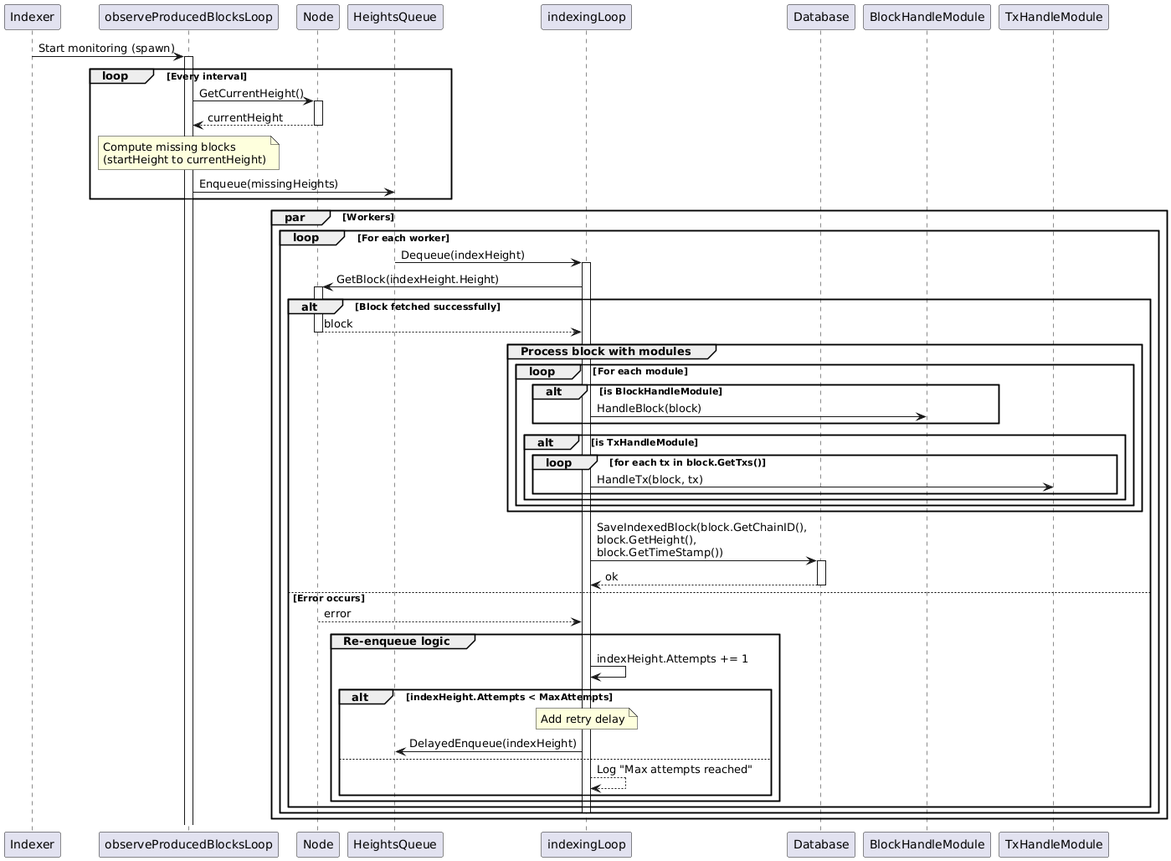
Before: docs/images/fetching_logic.png, a diagram exported from PlantUML (milkyway-labs/flux).
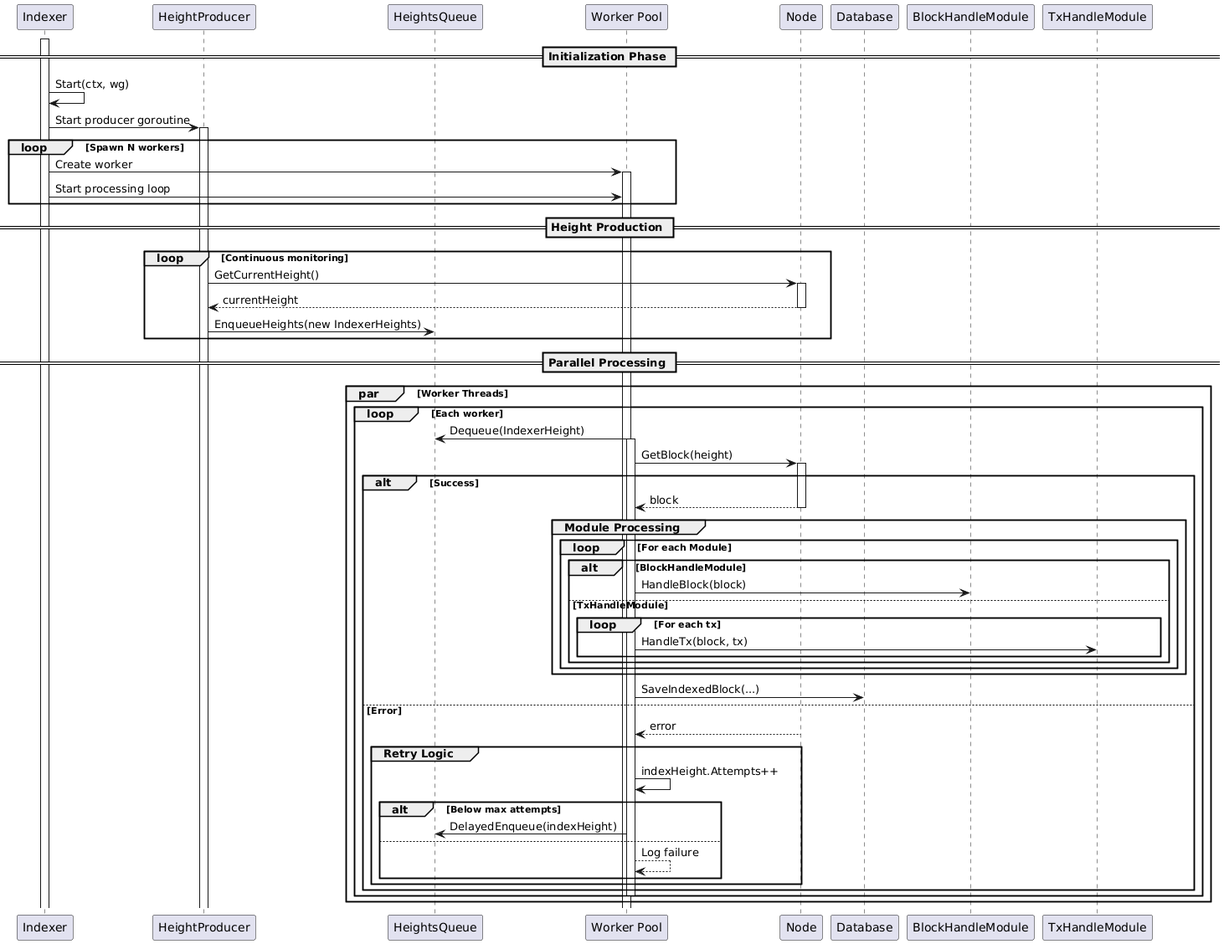
Above is the later version.

Commit message:
docs: update documentation with newer indexer architecture

The edit, as a diff of the source:
```diff
@@ -1,71 +1,74 @@
 @startuml
 participant Indexer
-participant "observeProducedBlocksLoop" as Monitor
+participant HeightProducer
+participant HeightsQueue
+participant "Worker Pool" as Workers
 participant Node
-participant HeightsQueue
-participant "indexingLoop" as Worker
 participant Database
 participant BlockHandleModule as BHM
 participant TxHandleModule as THM
 
-Indexer -> Monitor: Start monitoring (spawn)
-activate Monitor
+== Initialization Phase ==
+activate Indexer
+Indexer -> Indexer: Start(ctx, wg)
+Indexer -> HeightProducer: Start producer goroutine
+activate HeightProducer
 
-loop Every interval
-    Monitor -> Node: GetCurrentHeight()
+loop Spawn N workers
+    Indexer -> Workers: Create worker
+    activate Workers
+    Indexer -> Workers: Start processing loop
+end
+
+== Height Production ==
+loop Continuous monitoring
+    HeightProducer -> Node: GetCurrentHeight()
     activate Node
-    Node --> Monitor: currentHeight
+    Node --> HeightProducer: currentHeight
     deactivate Node
 
-    Note over Monitor: Compute missing blocks\n(startHeight to currentHeight)
-
-    Monitor -> HeightsQueue: Enqueue(missingHeights)
+    HeightProducer -> HeightsQueue: EnqueueHeights(new IndexerHeights)
 end
 
-par Workers
-    loop For each worker
-        HeightsQueue -> Worker: Dequeue(indexHeight)
-        activate Worker
+== Parallel Processing ==
+par Worker Threads
+    loop Each worker
+        Workers -> HeightsQueue: Dequeue(IndexerHeight)
+        activate Workers
 
-        Worker -> Node: GetBlock(indexHeight.Height)
+        Workers -> Node: GetBlock(height)
         activate Node
-        alt Block fetched successfully
-            Node --> Worker: block
+        alt Success
+            Node --> Workers: block
             deactivate Node
 
-            group Process block with modules
-                loop For each module
-                    alt is BlockHandleModule
-                        Worker -> BHM: HandleBlock(block)
-                    end
-                    alt is TxHandleModule
-                        loop for each tx in block.GetTxs()
-                            Worker -> THM: HandleTx(block, tx)
+            group Module Processing
+                loop For each Module
+                    alt BlockHandleModule
+                        Workers -> BHM: HandleBlock(block)
+                    else TxHandleModule
+                        loop For each tx
+                            Workers -> THM: HandleTx(block, tx)
                         end
                     end
                 end
             end
 
-            Worker -> Database: SaveIndexedBlock(block.GetChainID(),\nblock.GetHeight(),\nblock.GetTimeStamp())
-            activate Database
-            Database --> Worker: ok
-            deactivate Database
-        else Error occurs
-            Node --> Worker: error
+            Workers -> Database: SaveIndexedBlock(...)
+        else Error
+            Node --> Workers: error
             deactivate Node
 
-            group Re-enqueue logic
-                Worker -> Worker: indexHeight.Attempts += 1
-                alt indexHeight.Attempts < MaxAttempts
-                    Note over Worker: Add retry delay
-                    Worker -> HeightsQueue: DelayedEnqueue(indexHeight)
+            group Retry Logic
+                Workers -> Workers: indexHeight.Attempts++
+                alt Below max attempts
+                    Workers -> HeightsQueue: DelayedEnqueue(indexHeight)
                 else
-                    Worker --> Worker: Log "Max attempts reached"
+                    Workers --> Workers: Log failure
                 end
             end
         end
-
-        deactivate Worker
+        deactivate Workers
     end
 end
 @enduml
```
